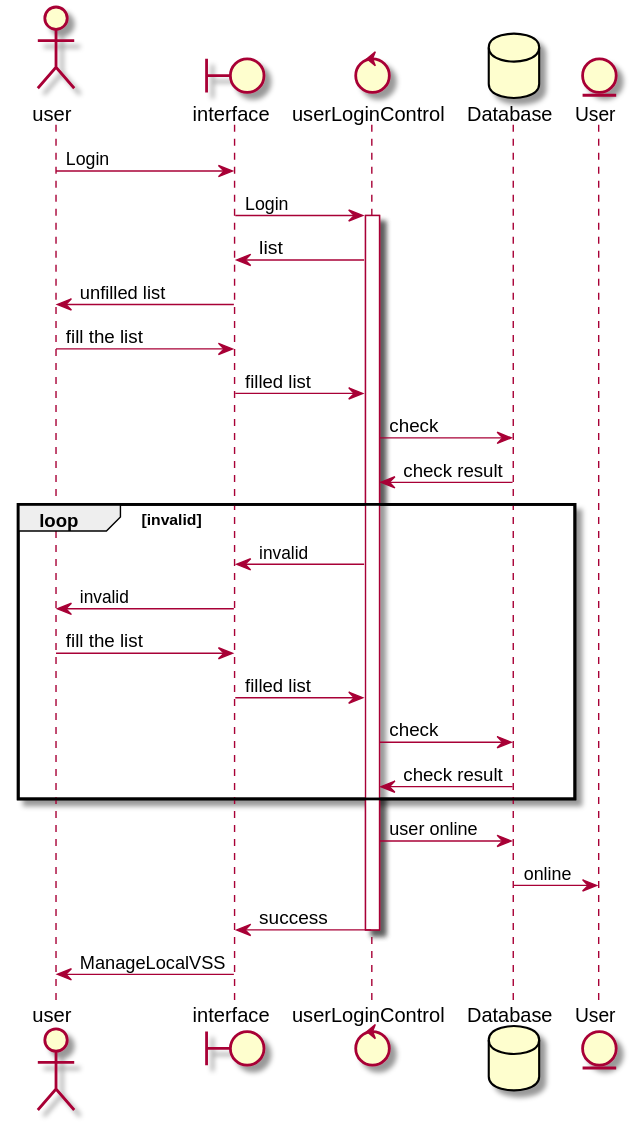
Above: 需求定义和分析/SeqDiagram/login.svg in kpp19920121/doc (PlantUML), before the change.
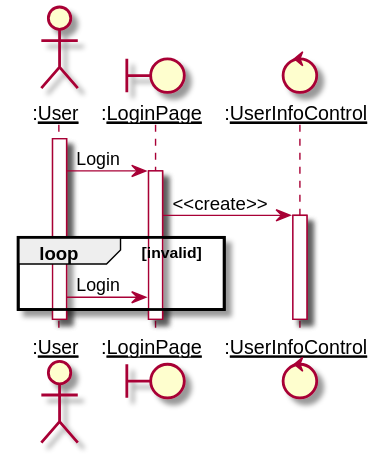
After the change.

The edit, as a diff of the source:
```diff
@@ -1,32 +1,17 @@
 @startuml
-actor user
-boundary interface
-control userLoginControl
-database Database
-entity User
+actor ":__User__" as User
+boundary ":__LoginPage__" as LoginPage
+control ":__UserInfoControl__" as UserInfoControl
 
-user -> interface: Login
-interface -> userLoginControl: Login
-activate userLoginControl
-userLoginControl -> interface: list
-interface -> user: unfilled list
-user -> interface: fill the list
-interface -> userLoginControl: filled list
-userLoginControl -> Database: check
-Database -> userLoginControl: check result
-
+activate User
+User -> LoginPage: Login
+activate LoginPage
+LoginPage -> UserInfoControl: <<create>>
+activate UserInfoControl
 loop invalid
-    userLoginControl -> interface: invalid
-    interface -> user: invalid
-    user -> interface: fill the list
-    interface -> userLoginControl: filled list
-    userLoginControl -> Database: check
-    Database -> userLoginControl: check result
+    User -> LoginPage: Login
 end
-
-userLoginControl -> Database: user online
-Database -> User: online
-userLoginControl -> interface: success
-deactivate userLoginControl
-interface -> user: ManageLocalVSS
+deactivate User
+deactivate LoginPage
+deactivate UserInfoControl
 @enduml
```
